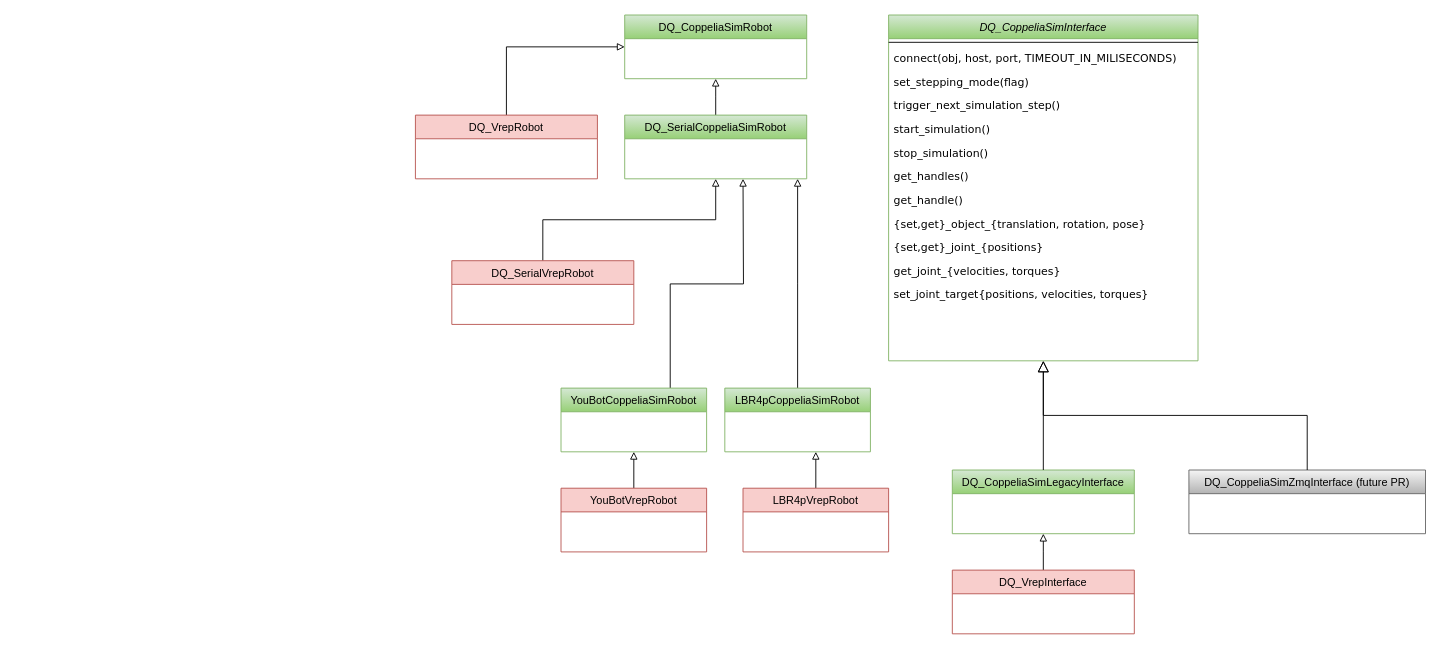
The draw.io diagram DQ_CoppeliaSimInterface.drawio in juanjqo/draw_io_diagrams_test, before the edit. Source tidied: cells renumbered, new cells numbered last; positions are measured from the earlier drawing's top-left corner, leaving out a move shared by most shapes. Both pictures are drawn from the tidied source at 91%, with x=0, y=0 at pixel (415, 15).
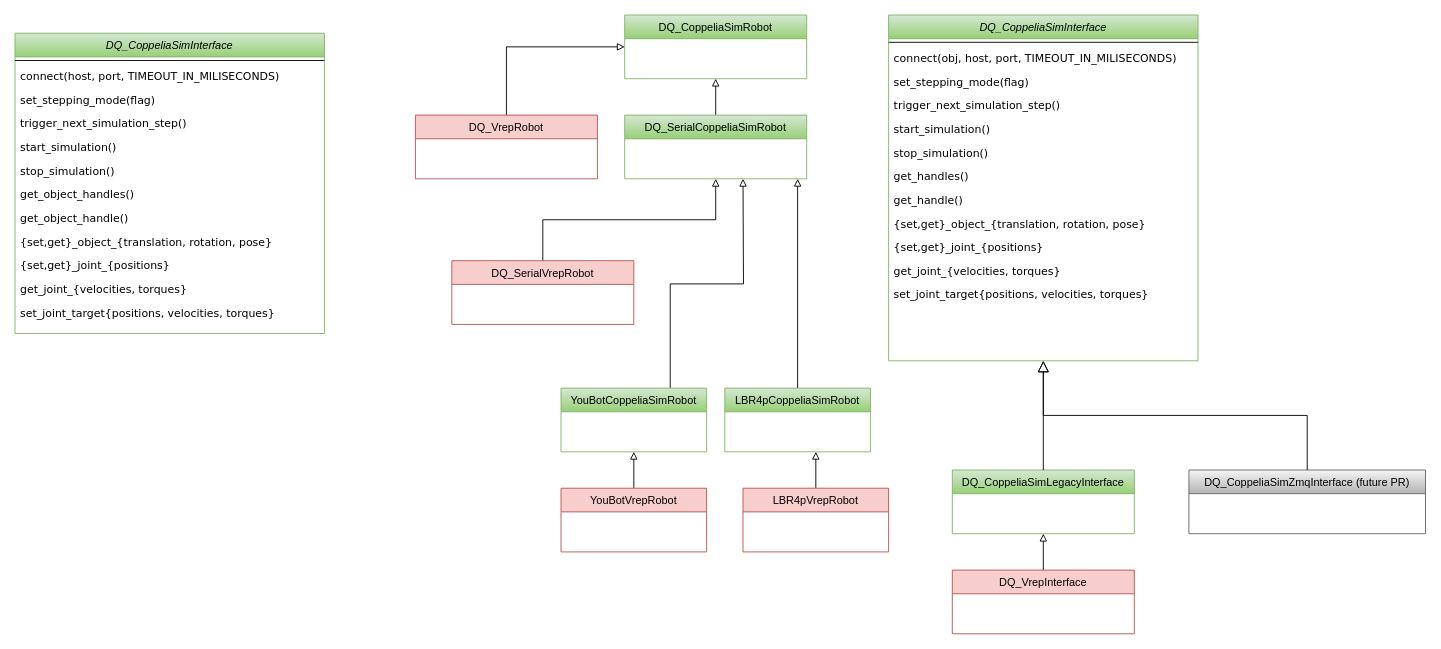
The same diagram, later.

Diff of the diagram source:
```diff
@@
+    <mxCell id="36" value="DQ_CoppeliaSimInterface" style="swimlane;fontStyle=2;align=center;verticalAlign=top;horizontal=1;startSize=26;rounded=0;shadow=0;strokeWidth=1;fillColor=#d5e8d4;gradientColor=#97d077;strokeColor=#82b366;" parent="1" vertex="1">
+      <mxGeometry x="-440" y="20" width="340" height="330" as="geometry" />
+    </mxCell>
+    <mxCell id="37" style="line;html=1;strokeWidth=1;align=left;verticalAlign=middle;spacingTop=-1;spacingLeft=3;spacingRight=3;labelPosition=right;" parent="36" vertex="1">
+      <mxGeometry y="26" width="340" height="8" as="geometry" />
+    </mxCell>
+    <mxCell id="38" value="connect(host, port, TIMEOUT_IN_MILISECONDS)" style="text;align=left;verticalAlign=top;spacingLeft=4;spacingRight=4;overflow=hidden;fontFamily=Verdana;" parent="36" vertex="1">
+      <mxGeometry y="34" width="340" height="26" as="geometry" />
+    </mxCell>
+    <mxCell id="39" value="set_stepping_mode(flag)" style="text;align=left;verticalAlign=top;spacingLeft=4;spacingRight=4;overflow=hidden;fontFamily=Verdana;" parent="36" vertex="1">
+      <mxGeometry y="60" width="340" height="26" as="geometry" />
+    </mxCell>
+    <mxCell id="40" value="trigger_next_simulation_step()" style="text;align=left;verticalAlign=top;spacingLeft=4;spacingRight=4;overflow=hidden;fontFamily=Verdana;" parent="36" vertex="1">
+      <mxGeometry y="86" width="340" height="26" as="geometry" />
+    </mxCell>
+    <mxCell id="41" value="start_simulation()" style="text;align=left;verticalAlign=top;spacingLeft=4;spacingRight=4;overflow=hidden;fontFamily=Verdana;" parent="36" vertex="1">
+      <mxGeometry y="112" width="340" height="26" as="geometry" />
+    </mxCell>
+    <mxCell id="42" value="stop_simulation()" style="text;align=left;verticalAlign=top;spacingLeft=4;spacingRight=4;overflow=hidden;fontFamily=Verdana;" parent="36" vertex="1">
+      <mxGeometry y="138" width="340" height="26" as="geometry" />
+    </mxCell>
+    <mxCell id="43" value="get_object_handles()" style="text;align=left;verticalAlign=top;spacingLeft=4;spacingRight=4;overflow=hidden;fontFamily=Verdana;" parent="36" vertex="1">
+      <mxGeometry y="164" width="340" height="26" as="geometry" />
+    </mxCell>
+    <mxCell id="44" value="get_object_handle()" style="text;align=left;verticalAlign=top;spacingLeft=4;spacingRight=4;overflow=hidden;fontFamily=Verdana;" parent="36" vertex="1">
+      <mxGeometry y="190" width="340" height="26" as="geometry" />
+    </mxCell>
+    <mxCell id="45" value="{set,get}_object_{translation, rotation, pose}" style="text;align=left;verticalAlign=top;spacingLeft=4;spacingRight=4;overflow=hidden;fontFamily=Verdana;" parent="36" vertex="1">
+      <mxGeometry y="216" width="340" height="26" as="geometry" />
+    </mxCell>
+    <mxCell id="46" value="{set,get}_joint_{positions}" style="text;align=left;verticalAlign=top;spacingLeft=4;spacingRight=4;overflow=hidden;fontFamily=Verdana;" parent="36" vertex="1">
+      <mxGeometry y="242" width="340" height="26" as="geometry" />
+    </mxCell>
+    <mxCell id="47" value="get_joint_{velocities, torques}" style="text;align=left;verticalAlign=top;spacingLeft=4;spacingRight=4;overflow=hidden;fontFamily=Verdana;" parent="36" vertex="1">
+      <mxGeometry y="268" width="340" height="26" as="geometry" />
+    </mxCell>
+    <mxCell id="48" value="set_joint_target{positions, velocities, torques}" style="text;align=left;verticalAlign=top;spacingLeft=4;spacingRight=4;overflow=hidden;fontFamily=Verdana;" parent="36" vertex="1">
+      <mxGeometry y="294" width="340" height="26" as="geometry" />
+    </mxCell>
```
